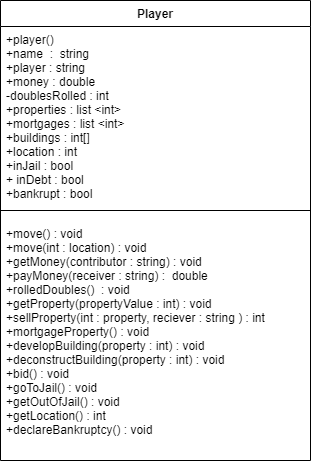
This is Player_Monopoly_UML.drawio.png from NReedel/Monopoly, a draw.io export, as it was before one commit. Source tidied: cells renumbered, new cells last; positions are measured from the earlier drawing's top-left corner, leaving out a move shared by most shapes.
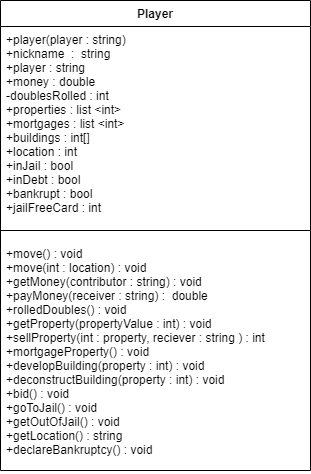
The same diagram one commit later.

What changed in the source:
```diff
@@ -3,16 +3,16 @@
     <mxCell id="0" style="html=1;" />
     <mxCell id="1" style="html=1;" parent="0" />
     <mxCell id="2" value="Player" style="swimlane;fontStyle=1;align=center;verticalAlign=top;horizontal=1;startSize=26;" parent="1" vertex="1">
-      <mxGeometry width="310" height="460" as="geometry" />
+      <mxGeometry width="310" height="470" as="geometry" />
     </mxCell>
-    <mxCell id="3" value="+player()&#10;+name  :  string&#10;+player : string&#10;+money : double&#10;-doublesRolled : int&#10;+properties : list &lt;int&gt;&#10;+mortgages : list &lt;int&gt;&#10;+buildings : int[]&#10;+location : int&#10;+inJail : bool&#10;+ inDebt : bool&#10;+bankrupt : bool&#10;" style="text;strokeColor=none;fillColor=none;align=left;verticalAlign=top;spacingLeft=4;spacingRight=4;overflow=hidden;" parent="2" vertex="1">
-      <mxGeometry y="26" width="310" height="174" as="geometry" />
+    <mxCell id="3" value="+player(player : string)&#10;+nickname  :  string&#10;+player : string&#10;+money : double&#10;-doublesRolled : int&#10;+properties : list &lt;int&gt;&#10;+mortgages : list &lt;int&gt;&#10;+buildings : int[]&#10;+location : int&#10;+inJail : bool&#10;+inDebt : bool&#10;+bankrupt : bool&#10;+jailFreeCard : int&#10;" style="text;strokeColor=none;fillColor=none;align=left;verticalAlign=top;spacingLeft=4;spacingRight=4;overflow=hidden;" parent="2" vertex="1">
+      <mxGeometry y="26" width="310" height="194" as="geometry" />
     </mxCell>
     <mxCell id="4" style="line;strokeWidth=1;fillColor=none;align=left;verticalAlign=middle;spacingTop=-1;spacingLeft=3;spacingRight=3;labelPosition=right;strokeColor=inherit;" parent="2" vertex="1">
-      <mxGeometry y="200" width="310" height="20" as="geometry" />
+      <mxGeometry y="220" width="310" height="20" as="geometry" />
     </mxCell>
-    <mxCell id="5" value="+move() : void&#10;+move(int : location) : void&#10;+getMoney(contributor : string) : void&#10;+payMoney(receiver : string) :  double&#10;+rolledDoubles()  : void&#10;+getProperty(propertyValue : int) : void&#10;+sellProperty(int : property, reciever : string ) : int&#10;+mortgageProperty() : void &#10;+developBuilding(property : int) : void&#10;+deconstructBuilding(property : int) : void&#10;+bid() : void &#10;+goToJail() : void&#10;+getOutOfJail() : void&#10;+getLocation() : int&#10;+declareBankruptcy() : void&#10;" style="text;strokeColor=none;fillColor=none;align=left;verticalAlign=top;spacingLeft=4;spacingRight=4;overflow=hidden;" parent="2" vertex="1">
-      <mxGeometry y="220" width="310" height="240" as="geometry" />
+    <mxCell id="5" value="+move() : void&#10;+move(int : location) : void&#10;+getMoney(contributor : string) : void&#10;+payMoney(receiver : string) :  double&#10;+rolledDoubles() : void&#10;+getProperty(propertyValue : int) : void&#10;+sellProperty(int : property, reciever : string ) : int&#10;+mortgageProperty() : void &#10;+developBuilding(property : int) : void&#10;+deconstructBuilding(property : int) : void&#10;+bid() : void &#10;+goToJail() : void&#10;+getOutOfJail() : void&#10;+getLocation() : string&#10;+declareBankruptcy() : void&#10;" style="text;strokeColor=none;fillColor=none;align=left;verticalAlign=top;spacingLeft=4;spacingRight=4;overflow=hidden;" parent="2" vertex="1">
+      <mxGeometry y="240" width="310" height="230" as="geometry" />
     </mxCell>
   </root>
 </mxGraphModel>
```
